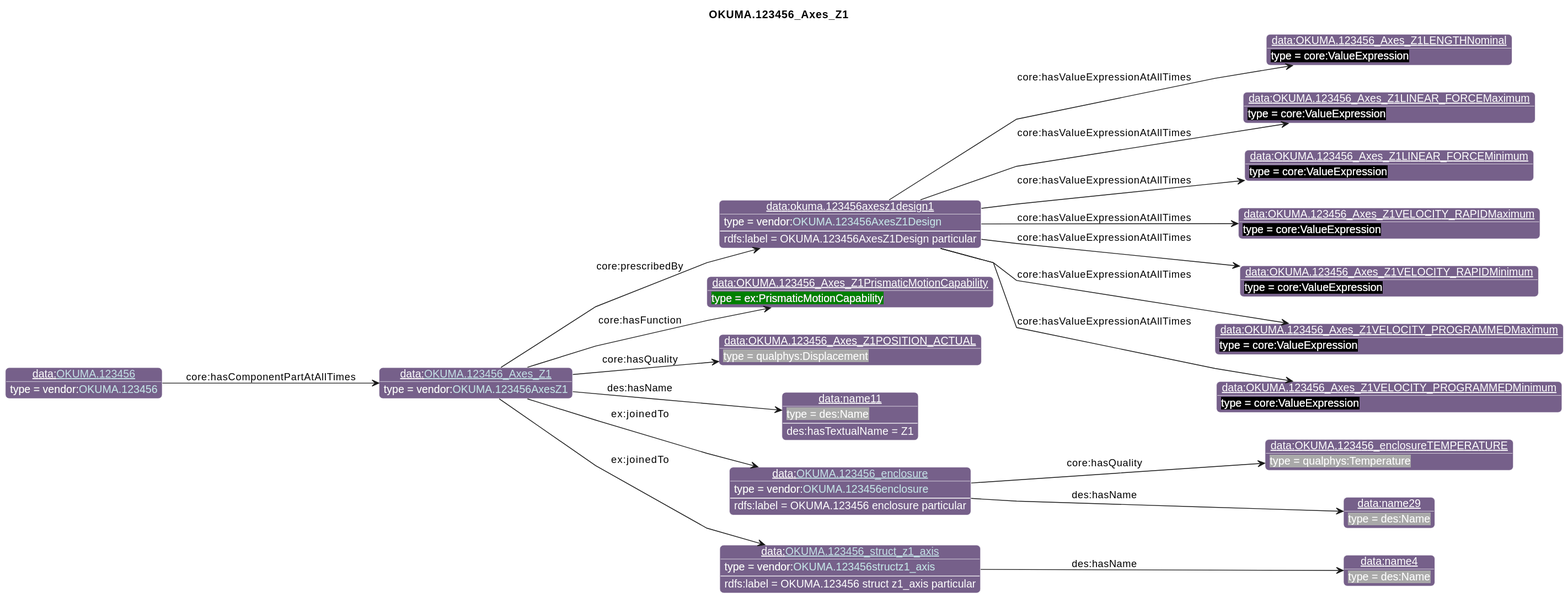
This is diagrams/OKUMA.123456_Axes_Z1.svg from iofoundry/example-syseng-mtconnect, a PlantUML export, as it was before one commit. The source it was exported from:
```plantuml
@startuml
!include ../iof.iuml

<style>
object {
  HyperlinkColor #C4E1E6
}
</style>

left to right direction
skinparam linetype polyline
title OKUMA.123456_Axes_Z1

!$default_direction = down

!$namespace_colors = { "bfo":"DFA702",
                      "iof":"1E90FF",
                      "ns":"Green",
                      "ns1":"76608A",
                      "core":"000000",
                      "ex":"Green",
                      "data":"76608A",
                      "vendor":"76608A",
                      "units":"8A2D3B",
                      "cmns-dsg":"3A0519",
                      "qp":"641B2E"
      }
individual(o0, data:[[./OKUMA.123456_Axes_Z1.html OKUMA.123456_Axes_Z1]], vendor:[[../OKUMA.html#OKUMA.123456AxesZ1 OKUMA.123456AxesZ1]])
individual(o1, data:okuma.123456axesz1design1, vendor:[[../OKUMA.html#OKUMA.123456AxesZ1Design OKUMA.123456AxesZ1Design]])
individual(o2, data:OKUMA.123456_Axes_Z1LENGTHNominal, core:ValueExpression)
individual(o3, data:OKUMA.123456_Axes_Z1LINEAR_FORCEMaximum, core:ValueExpression)
individual(o4, data:OKUMA.123456_Axes_Z1LINEAR_FORCEMinimum, core:ValueExpression)
individual(o5, data:OKUMA.123456_Axes_Z1VELOCITY_RAPIDMaximum, core:ValueExpression)
individual(o6, data:OKUMA.123456_Axes_Z1VELOCITY_RAPIDMinimum, core:ValueExpression)
individual(o7, data:OKUMA.123456_Axes_Z1VELOCITY_PROGRAMMEDMaximum, core:ValueExpression)
individual(o8, data:OKUMA.123456_Axes_Z1VELOCITY_PROGRAMMEDMinimum, core:ValueExpression)
individual(o9, data:OKUMA.123456_Axes_Z1PrismaticMotionCapability, ex:PrismaticMotionCapability)
individual(o10, data:OKUMA.123456_Axes_Z1POSITION_ACTUAL, qualphys:Displacement)
individual(o11, data:name11, des:Name)
individual(o12, data:[[./OKUMA.123456_enclosure.html OKUMA.123456_enclosure]], vendor:[[../OKUMA.html#OKUMA.123456enclosure OKUMA.123456enclosure]])
individual(o13, data:OKUMA.123456_enclosureTEMPERATURE, qualphys:Temperature)
individual(o14, data:name29, des:Name)
individual(o15, data:[[./OKUMA.123456_struct_z1_axis.html OKUMA.123456_struct_z1_axis]], vendor:[[../OKUMA.html#OKUMA.123456structz1_axis OKUMA.123456structz1_axis]])
individual(o16, data:name4, des:Name)
individual(o17, data:[[./OKUMA.123456.html OKUMA.123456]], vendor:[[../OKUMA.html#OKUMA.123456 OKUMA.123456]])
property(o0, "core:prescribedBy", o1)
data(o1, "rdfs:label", "OKUMA.123456AxesZ1Design particular")
property(o1, "core:hasValueExpressionAtAllTimes", o2)
property(o1, "core:hasValueExpressionAtAllTimes", o3)
property(o1, "core:hasValueExpressionAtAllTimes", o4)
property(o1, "core:hasValueExpressionAtAllTimes", o5)
property(o1, "core:hasValueExpressionAtAllTimes", o6)
property(o1, "core:hasValueExpressionAtAllTimes", o7)
property(o1, "core:hasValueExpressionAtAllTimes", o8)
property(o0, "core:hasFunction", o9)
property(o0, "core:hasQuality", o10)
property(o0, "des:hasName", o11)
data(o11, "des:hasTextualName", "Z1")
property(o0, "ex:joinedTo", o12)
data(o12, "rdfs:label", "OKUMA.123456 enclosure particular")
property(o12, "core:hasQuality", o13)
property(o12, "des:hasName", o14)
property(o0, "ex:joinedTo", o15)
data(o15, "rdfs:label", "OKUMA.123456 struct z1_axis particular")
property(o15, "des:hasName", o16)
property(o17, "core:hasComponentPartAtAllTimes", o0)
@enduml
```
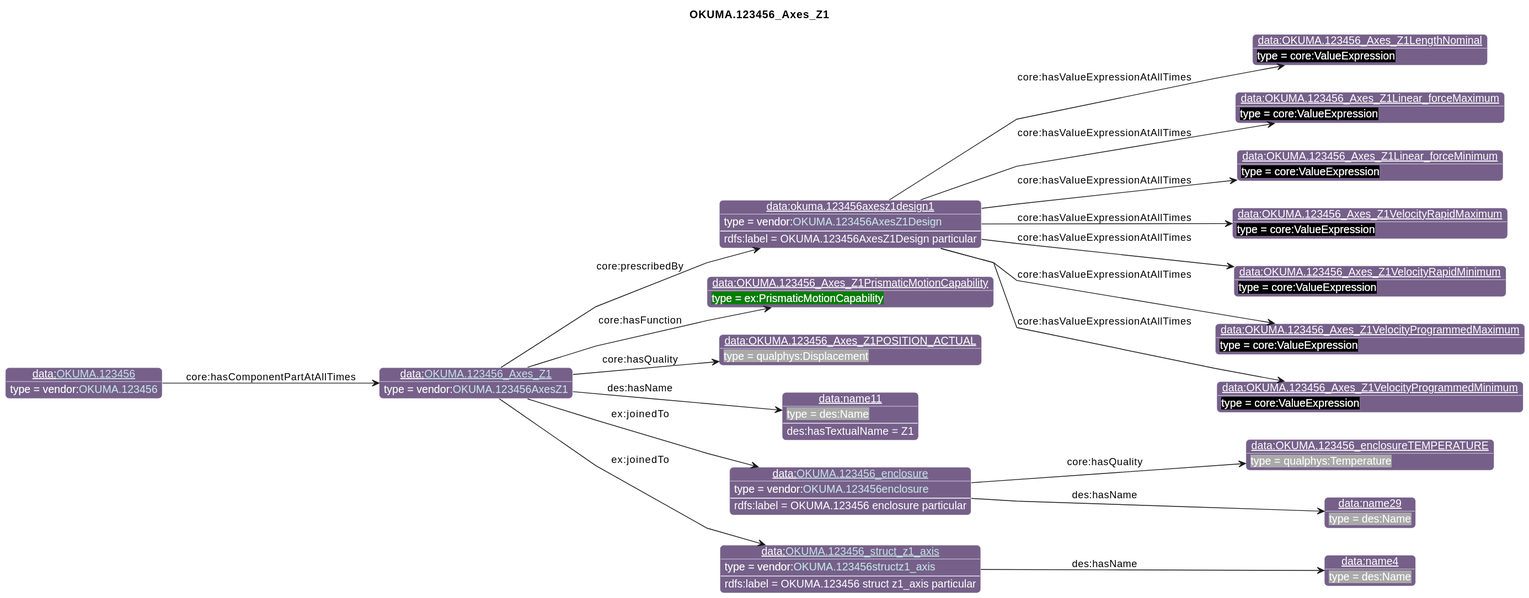
After the commit.

Change to the diagram source:
```diff
@@ -27,13 +27,13 @@
       }
 individual(o0, data:[[./OKUMA.123456_Axes_Z1.html OKUMA.123456_Axes_Z1]], vendor:[[../OKUMA.html#OKUMA.123456AxesZ1 OKUMA.123456AxesZ1]])
 individual(o1, data:okuma.123456axesz1design1, vendor:[[../OKUMA.html#OKUMA.123456AxesZ1Design OKUMA.123456AxesZ1Design]])
-individual(o2, data:OKUMA.123456_Axes_Z1LENGTHNominal, core:ValueExpression)
-individual(o3, data:OKUMA.123456_Axes_Z1LINEAR_FORCEMaximum, core:ValueExpression)
-individual(o4, data:OKUMA.123456_Axes_Z1LINEAR_FORCEMinimum, core:ValueExpression)
-individual(o5, data:OKUMA.123456_Axes_Z1VELOCITY_RAPIDMaximum, core:ValueExpression)
-individual(o6, data:OKUMA.123456_Axes_Z1VELOCITY_RAPIDMinimum, core:ValueExpression)
-individual(o7, data:OKUMA.123456_Axes_Z1VELOCITY_PROGRAMMEDMaximum, core:ValueExpression)
-individual(o8, data:OKUMA.123456_Axes_Z1VELOCITY_PROGRAMMEDMinimum, core:ValueExpression)
+individual(o2, data:OKUMA.123456_Axes_Z1LengthNominal, core:ValueExpression)
+individual(o3, data:OKUMA.123456_Axes_Z1Linear_forceMaximum, core:ValueExpression)
+individual(o4, data:OKUMA.123456_Axes_Z1Linear_forceMinimum, core:ValueExpression)
+individual(o5, data:OKUMA.123456_Axes_Z1VelocityRapidMaximum, core:ValueExpression)
+individual(o6, data:OKUMA.123456_Axes_Z1VelocityRapidMinimum, core:ValueExpression)
+individual(o7, data:OKUMA.123456_Axes_Z1VelocityProgrammedMaximum, core:ValueExpression)
+individual(o8, data:OKUMA.123456_Axes_Z1VelocityProgrammedMinimum, core:ValueExpression)
 individual(o9, data:OKUMA.123456_Axes_Z1PrismaticMotionCapability, ex:PrismaticMotionCapability)
 individual(o10, data:OKUMA.123456_Axes_Z1POSITION_ACTUAL, qualphys:Displacement)
 individual(o11, data:name11, des:Name)
```
